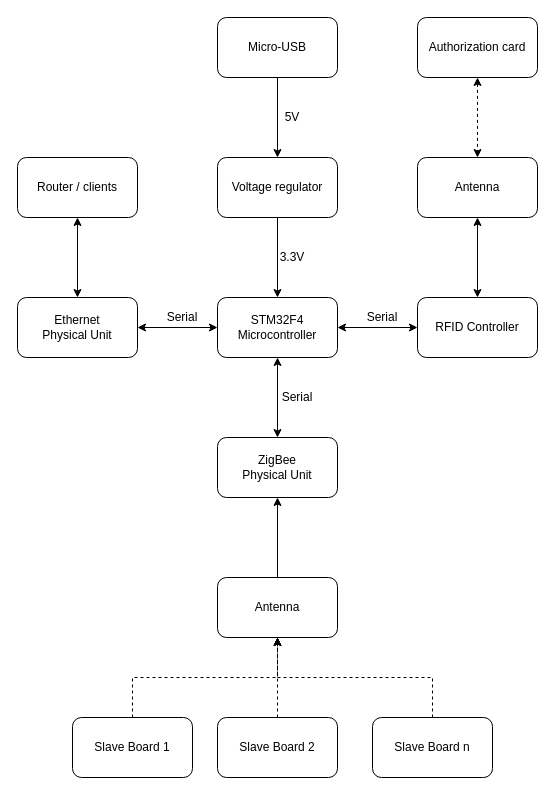
Above: Master/IoTMaster.drawio in SR-Madsen/WirelessSensorNetwork (draw.io), before the change. Source tidied: cells renumbered, new cells numbered last; positions are measured from the earlier drawing's top-left corner, leaving out a move shared by most shapes. Both pictures are drawn from the tidied source at 100%, with x=0, y=0 at pixel (17, 17).
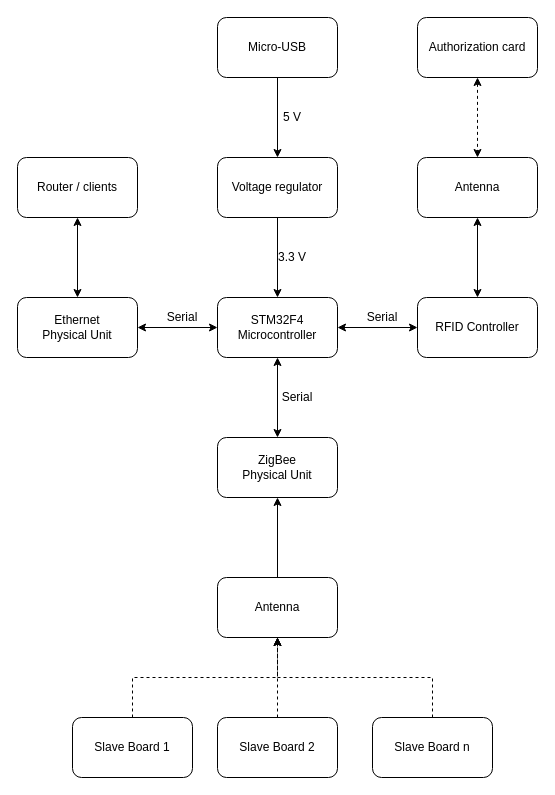
The same diagram, later.

Diff of the diagram source:
```diff
@@
-    <mxCell id="10" value="5V" style="text;html=1;strokeColor=none;fillColor=none;align=center;verticalAlign=middle;whiteSpace=wrap;rounded=0;" parent="1" vertex="1">
+    <mxCell id="10" value="5 V" style="text;html=1;strokeColor=none;fillColor=none;align=center;verticalAlign=middle;whiteSpace=wrap;rounded=0;" parent="1" vertex="1">
       <mxGeometry x="255" y="90" width="40" height="20" as="geometry" />
     </mxCell>
-    <mxCell id="11" value="&lt;div&gt;3.3V&lt;/div&gt;" style="text;html=1;strokeColor=none;fillColor=none;align=center;verticalAlign=middle;whiteSpace=wrap;rounded=0;" parent="1" vertex="1">
+    <mxCell id="11" value="&lt;div&gt;3.3 V&lt;/div&gt;" style="text;html=1;strokeColor=none;fillColor=none;align=center;verticalAlign=middle;whiteSpace=wrap;rounded=0;" parent="1" vertex="1">
       <mxGeometry x="255" y="230" width="40" height="20" as="geometry" />
     </mxCell>
```
